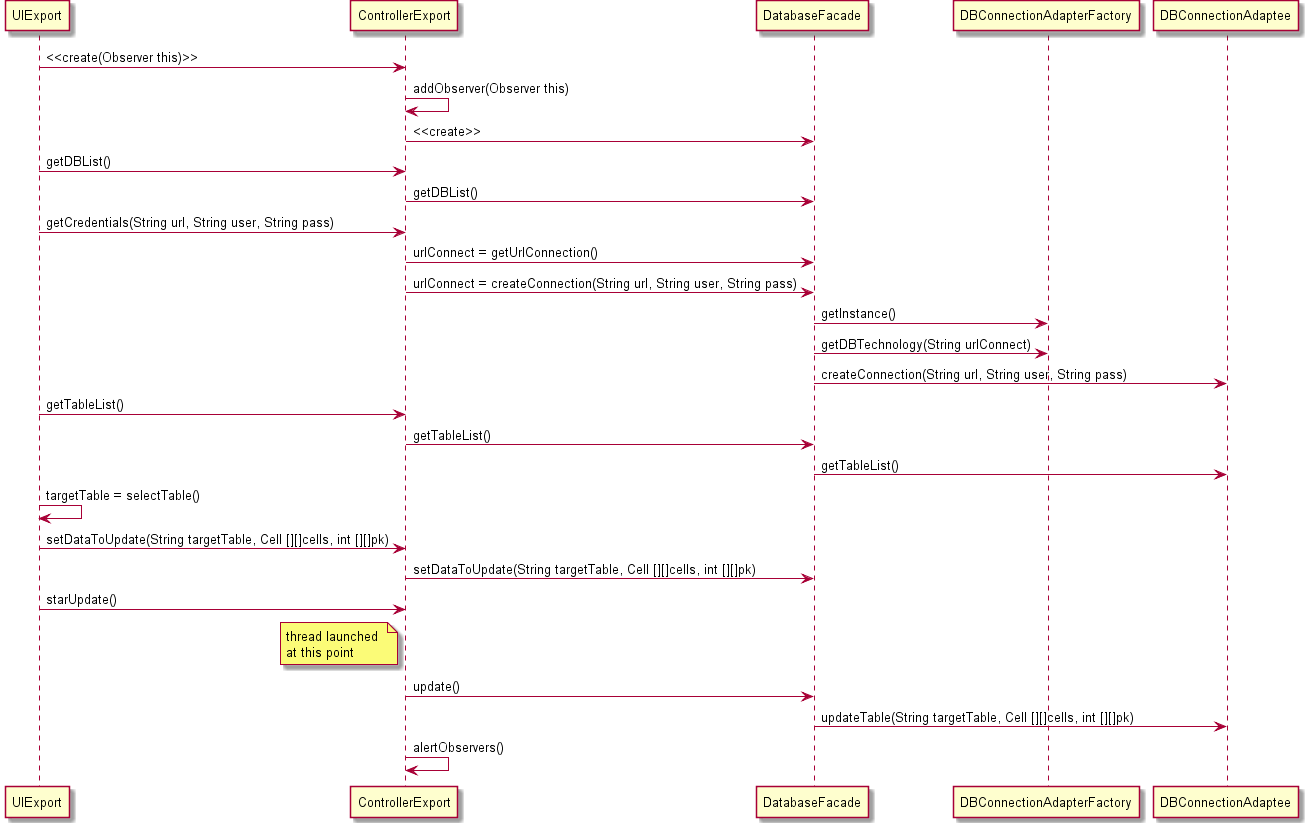
The PlantUML diagram docs/1111168/Diagrams/use_case_realization_DBupdate.png in askpt/LAPR4, before a commit. Its diagram source:
```plantuml
@startuml
UIExport -> ControllerExport: <<create(Observer this)>>
ControllerExport -> ControllerExport: addObserver(Observer this)
ControllerExport -> DatabaseFacade: <<create>>
UIExport -> ControllerExport: getDBList()
ControllerExport -> DatabaseFacade: getDBList()
UIExport -> ControllerExport: getCredentials(String url, String user, String pass)
ControllerExport -> DatabaseFacade: urlConnect = getUrlConnection()
ControllerExport -> DatabaseFacade: urlConnect = createConnection(String url, String user, String pass)
DatabaseFacade -> DBConnectionAdapterFactory: getInstance()
DatabaseFacade -> DBConnectionAdapterFactory: getDBTechnology(String urlConnect)
DatabaseFacade -> DBConnectionAdaptee: createConnection(String url, String user, String pass)
UIExport -> ControllerExport: getTableList()
ControllerExport -> DatabaseFacade: getTableList()
DatabaseFacade -> DBConnectionAdaptee: getTableList()
UIExport -> UIExport: targetTable = selectTable()
UIExport -> ControllerExport: setDataToUpdate(String targetTable, Cell [][]cells, int [][]pk)
ControllerExport -> DatabaseFacade: setDataToUpdate(String targetTable, Cell [][]cells, int [][]pk)
UIExport -> ControllerExport: starUpdate()
note left of ControllerExport
 thread launched
 at this point
end note
ControllerExport -> DatabaseFacade: update()
DatabaseFacade -> DBConnectionAdaptee: updateTable(String targetTable, Cell [][]cells, int [][]pk)
ControllerExport -> ControllerExport: alertObservers()
@enduml
```
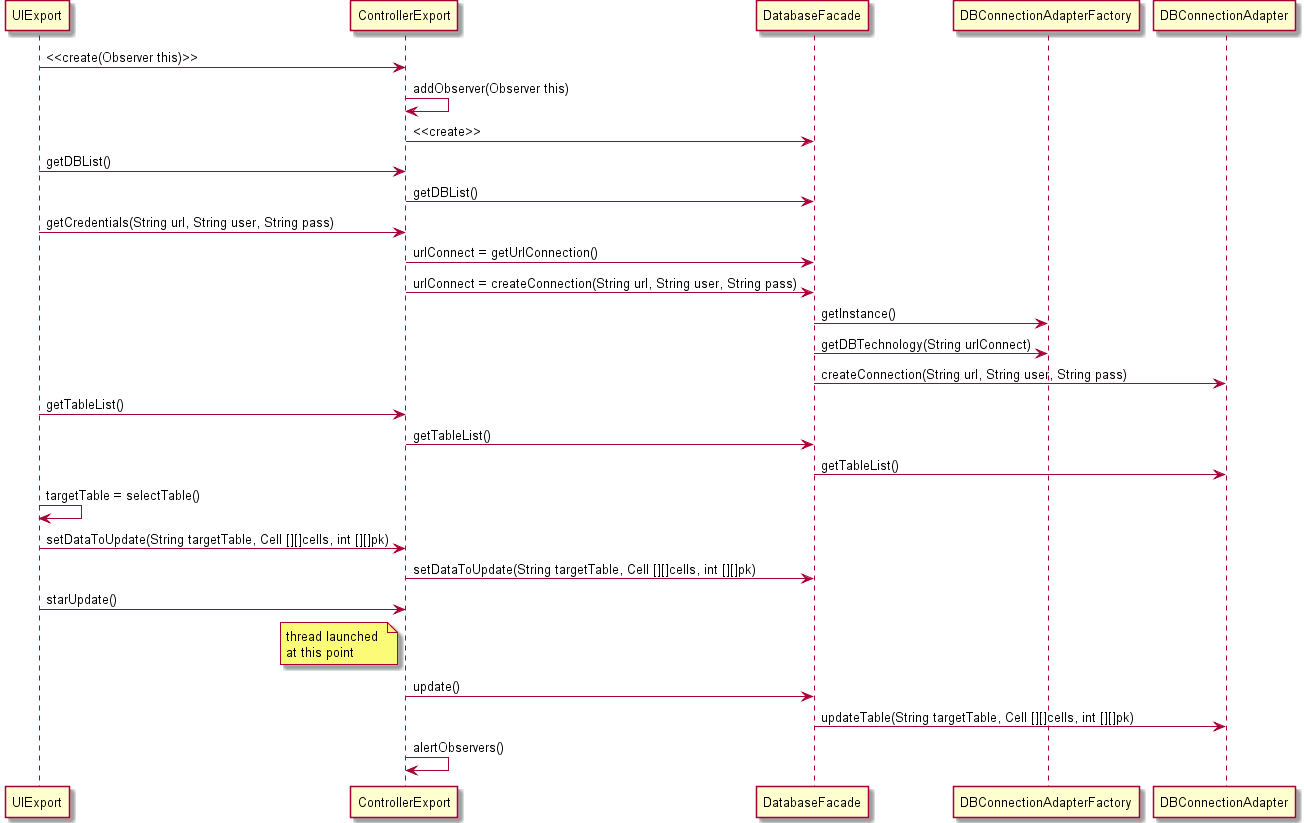
After the change.

The edit, as a diff of the source:
```diff
@@ -9,10 +9,10 @@
 ControllerExport -> DatabaseFacade: urlConnect = createConnection(String url, String user, String pass)
 DatabaseFacade -> DBConnectionAdapterFactory: getInstance()
 DatabaseFacade -> DBConnectionAdapterFactory: getDBTechnology(String urlConnect)
-DatabaseFacade -> DBConnectionAdaptee: createConnection(String url, String user, String pass)
+DatabaseFacade -> DBConnectionAdapter: createConnection(String url, String user, String pass)
 UIExport -> ControllerExport: getTableList()
 ControllerExport -> DatabaseFacade: getTableList()
-DatabaseFacade -> DBConnectionAdaptee: getTableList()
+DatabaseFacade -> DBConnectionAdapter: getTableList()
 UIExport -> UIExport: targetTable = selectTable()
 UIExport -> ControllerExport: setDataToUpdate(String targetTable, Cell [][]cells, int [][]pk)
 ControllerExport -> DatabaseFacade: setDataToUpdate(String targetTable, Cell [][]cells, int [][]pk)
@@ -22,6 +22,6 @@
  at this point
 end note
 ControllerExport -> DatabaseFacade: update()
-DatabaseFacade -> DBConnectionAdaptee: updateTable(String targetTable, Cell [][]cells, int [][]pk)
+DatabaseFacade -> DBConnectionAdapter: updateTable(String targetTable, Cell [][]cells, int [][]pk)
 ControllerExport -> ControllerExport: alertObservers()
 @enduml
```
